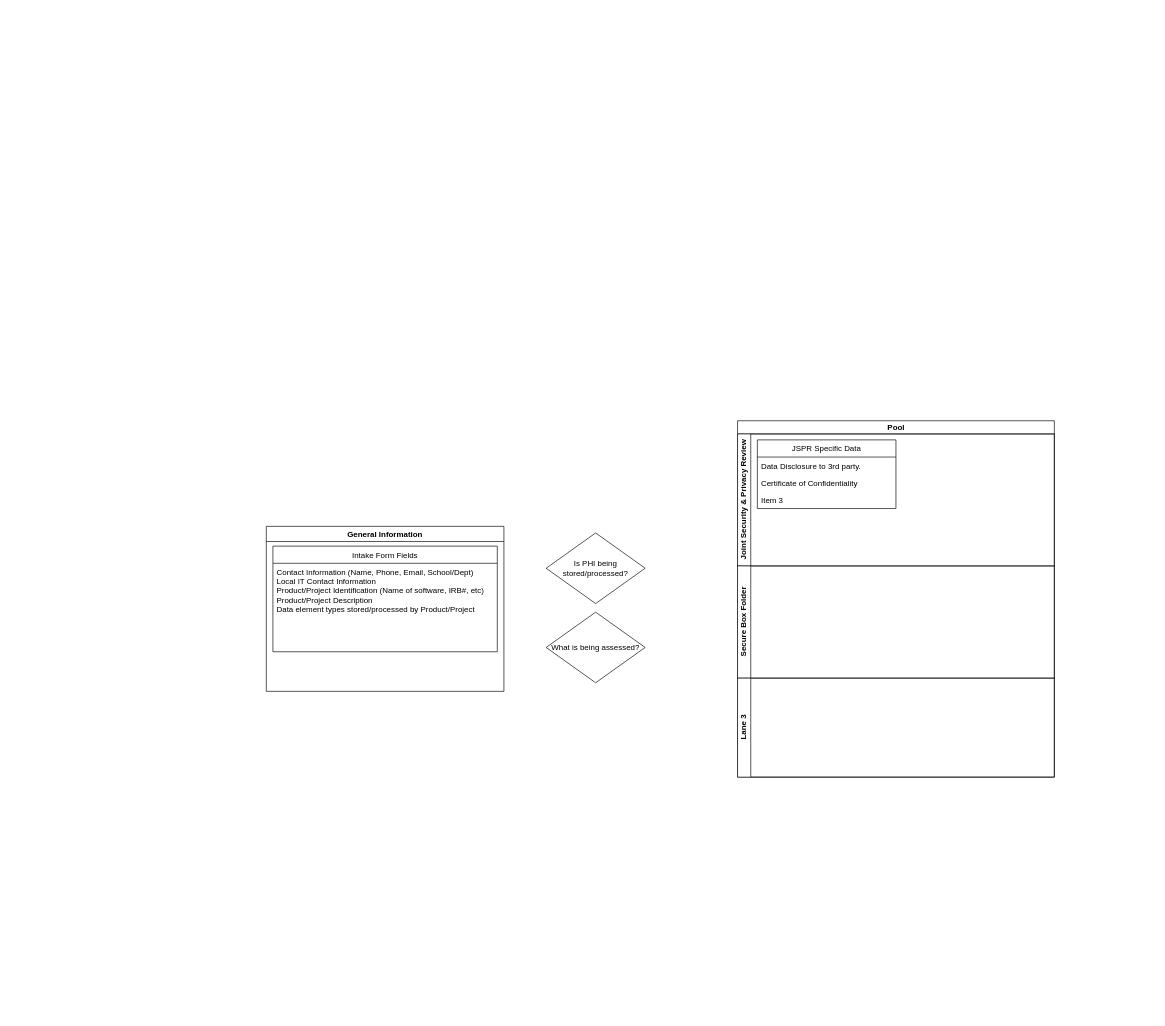
The draw.io diagram Untitled Diagram.drawio in dssntnt/uw, before the edit. Source tidied: cells renumbered, new cells numbered last; positions are measured from the earlier drawing's top-left corner, leaving out a move shared by most shapes. Both pictures are drawn from the tidied source at 66%, with x=0, y=0 at pixel (266, 420).
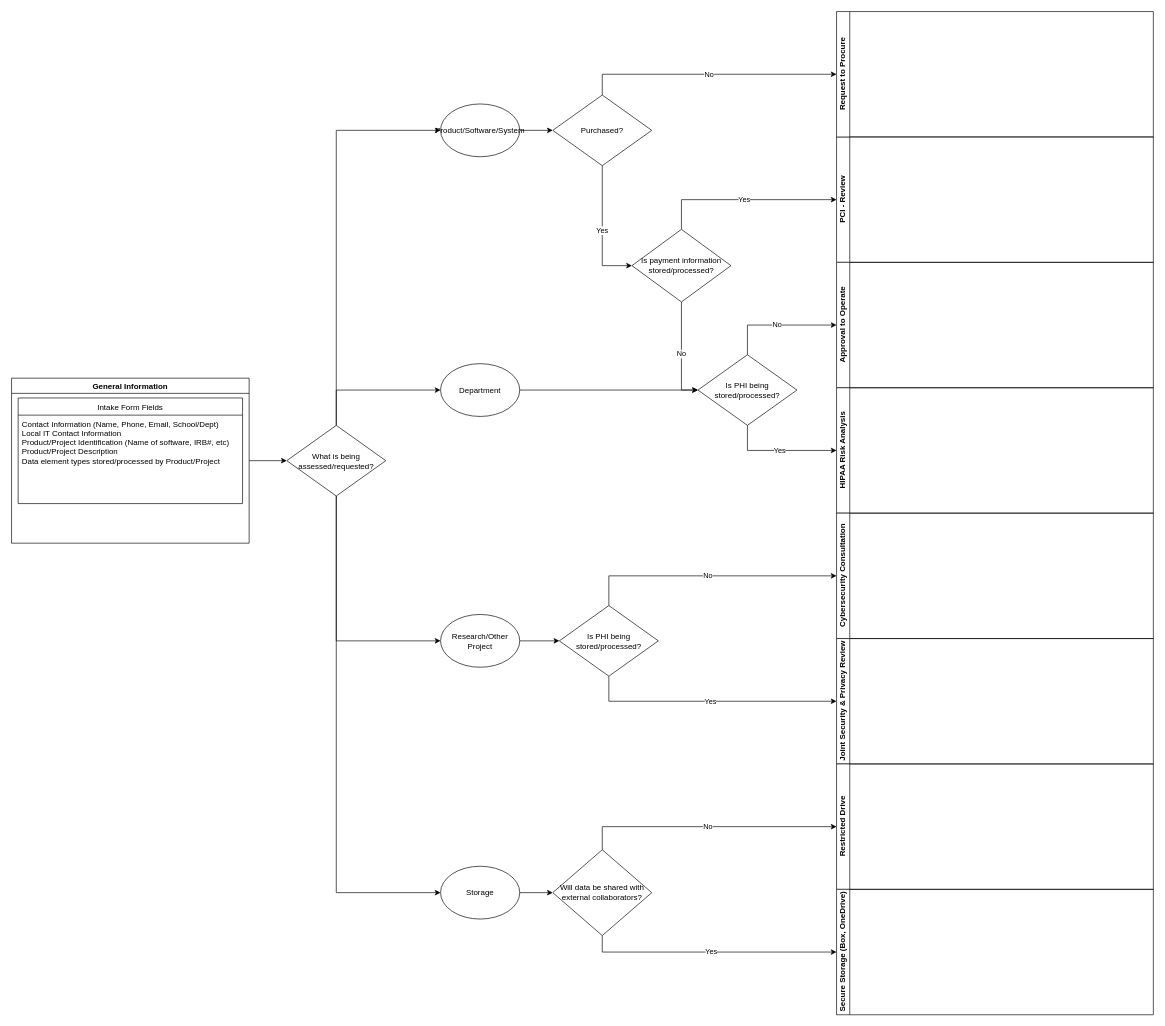
The same diagram, later.

Unchanged cells that the change refers to:
```xml
<mxCell id="3" value="Intake Form Fields" style="swimlane;fontStyle=0;horizontal=1;startSize=26;fillColor=none;" parent="2" vertex="1">
  <mxGeometry x="10" y="30" width="340" height="160" as="geometry" />
</mxCell>
```

What changed in the source:
```diff
@@
+    <mxCell id="15" style="edgeStyle=orthogonalEdgeStyle;rounded=0;jettySize=auto;html=1;entryX=0;entryY=0.5;entryDx=0;entryDy=0;" parent="1" edge="1" source="2" target="14">
+      <mxGeometry relative="1" as="geometry" />
+    </mxCell>
     <mxCell id="2" value="General Information" style="swimlane;" parent="1" vertex="1">
-      <mxGeometry y="160" width="360" height="250" as="geometry" />
+      <mxGeometry x="-386" y="-64.5" width="360" height="250" as="geometry" />
     </mxCell>
@@
-    <mxCell id="4" value="Contact Information (Name, Phone, Email, School/Dept)&#10;Local IT Contact Information&#10;Product/Project Identification (Name of software, IRB#, etc)&#10;Product/Project Description&#10;Data element types stored/processed by Product/Project&#10;&#10;" style="text;strokeColor=none;fillColor=none;align=left;verticalAlign=top;spacingLeft=4;spacingRight=4;overflow=hidden;" parent="3" vertex="1">
+    <mxCell id="4" value="Contact Information (Name, Phone, Email, School/Dept)&#10;Local IT Contact Information&#10;Product/Project Identification (Name of software, IRB#, etc)&#10;Product/Project Description&#10;Data element types stored/processed by Product/Project&#10;&#10;&#10;&#10;" style="text;strokeColor=none;fillColor=none;align=left;verticalAlign=top;spacingLeft=4;spacingRight=4;overflow=hidden;" parent="3" vertex="1">
       <mxGeometry y="26" width="340" height="134" as="geometry" />
     </mxCell>
-    <mxCell id="5" value="Pool" style="swimlane;html=1;horizontal=1;startSize=20;" parent="1" vertex="1">
-      <mxGeometry x="714" width="480" height="540" as="geometry" />
-    </mxCell>
+    <mxCell id="16" value="No" style="edgeStyle=orthogonalEdgeStyle;rounded=0;jettySize=auto;html=1;exitX=0.5;exitY=0;exitDx=0;exitDy=0;entryX=0;entryY=0.5;entryDx=0;entryDy=0;" parent="1" edge="1" source="13" target="36">
+      <mxGeometry relative="1" as="geometry" />
+    </mxCell>
+    <mxCell id="17" value="Yes" style="edgeStyle=orthogonalEdgeStyle;rounded=0;jettySize=auto;html=1;exitX=0.5;exitY=1;exitDx=0;exitDy=0;entryX=0;entryY=0.5;entryDx=0;entryDy=0;" parent="1" edge="1" source="13" target="37">
+      <mxGeometry relative="1" as="geometry" />
+    </mxCell>
+    <mxCell id="13" value="Is PHI being stored/processed?" style="rhombus;whiteSpace=wrap;html=1;" parent="1" vertex="1">
+      <mxGeometry x="654" y="-100" width="150" height="107" as="geometry" />
+    </mxCell>
+    <mxCell id="18" style="edgeStyle=orthogonalEdgeStyle;rounded=0;jettySize=auto;html=1;exitX=0.5;exitY=0;exitDx=0;exitDy=0;entryX=0;entryY=0.5;entryDx=0;entryDy=0;" parent="1" edge="1" source="14" target="23">
+      <mxGeometry relative="1" as="geometry" />
+    </mxCell>
+    <mxCell id="19" style="edgeStyle=orthogonalEdgeStyle;rounded=0;jettySize=auto;html=1;exitX=0.5;exitY=0;exitDx=0;exitDy=0;entryX=0;entryY=0.5;entryDx=0;entryDy=0;" parent="1" edge="1" source="14" target="25">
+      <mxGeometry relative="1" as="geometry" />
+    </mxCell>
+    <mxCell id="20" style="edgeStyle=orthogonalEdgeStyle;rounded=0;jettySize=auto;html=1;exitX=0.5;exitY=1;exitDx=0;exitDy=0;entryX=0;entryY=0.5;entryDx=0;entryDy=0;" parent="1" edge="1" source="14" target="27">
+      <mxGeometry relative="1" as="geometry" />
+    </mxCell>
+    <mxCell id="21" style="edgeStyle=orthogonalEdgeStyle;rounded=0;jettySize=auto;html=1;exitX=0.5;exitY=1;exitDx=0;exitDy=0;entryX=0;entryY=0.5;entryDx=0;entryDy=0;" parent="1" edge="1" source="14" target="48">
+      <mxGeometry relative="1" as="geometry" />
+    </mxCell>
+    <mxCell id="14" value="What is being assessed/requested?" style="rhombus;whiteSpace=wrap;html=1;" parent="1" vertex="1">
+      <mxGeometry x="31" y="7" width="150" height="107" as="geometry" />
+    </mxCell>
+    <mxCell id="22" style="edgeStyle=orthogonalEdgeStyle;rounded=0;jettySize=auto;html=1;" parent="1" edge="1" source="23" target="34">
+      <mxGeometry relative="1" as="geometry" />
+    </mxCell>
+    <mxCell id="23" value="Product/Software/System" style="ellipse;whiteSpace=wrap;html=1;" parent="1" vertex="1">
+      <mxGeometry x="264" y="-480" width="120" height="80" as="geometry" />
+    </mxCell>
+    <mxCell id="24" style="edgeStyle=orthogonalEdgeStyle;rounded=0;jettySize=auto;html=1;exitX=1;exitY=0.5;exitDx=0;exitDy=0;entryX=0;entryY=0.5;entryDx=0;entryDy=0;" parent="1" edge="1" source="25" target="13">
+      <mxGeometry relative="1" as="geometry" />
+    </mxCell>
+    <mxCell id="25" value="&lt;div&gt;Department&lt;/div&gt;" style="ellipse;whiteSpace=wrap;html=1;" parent="1" vertex="1">
+      <mxGeometry x="264" y="-86.5" width="120" height="80" as="geometry" />
+    </mxCell>
+    <mxCell id="26" style="edgeStyle=orthogonalEdgeStyle;rounded=0;jettySize=auto;html=1;exitX=1;exitY=0.5;exitDx=0;exitDy=0;entryX=0;entryY=0.5;entryDx=0;entryDy=0;" parent="1" edge="1" source="27" target="44">
+      <mxGeometry relative="1" as="geometry" />
+    </mxCell>
+    <mxCell id="27" value="Storage" style="ellipse;whiteSpace=wrap;html=1;" parent="1" vertex="1">
+      <mxGeometry x="264" y="675" width="120" height="80" as="geometry" />
+    </mxCell>
+    <mxCell id="28" value="Yes" style="edgeStyle=orthogonalEdgeStyle;rounded=0;jettySize=auto;html=1;exitX=0.5;exitY=0;exitDx=0;exitDy=0;entryX=0;entryY=0.5;entryDx=0;entryDy=0;" parent="1" edge="1" source="30" target="31">
+      <mxGeometry relative="1" as="geometry" />
+    </mxCell>
+    <mxCell id="29" value="&lt;div&gt;No&lt;/div&gt;" style="edgeStyle=orthogonalEdgeStyle;rounded=0;jettySize=auto;html=1;exitX=0.5;exitY=1;exitDx=0;exitDy=0;entryX=0;entryY=0.5;entryDx=0;entryDy=0;" parent="1" edge="1" source="30" target="13">
+      <mxGeometry relative="1" as="geometry" />
+    </mxCell>
+    <mxCell id="30" value="Is payment information stored/processed?" style="rhombus;whiteSpace=wrap;html=1;" parent="1" vertex="1">
+      <mxGeometry x="554" y="-290" width="150" height="110" as="geometry" />
+    </mxCell>
+    <mxCell id="31" value="PCI - Review" style="swimlane;html=1;startSize=20;horizontal=0;" parent="1" vertex="1">
+      <mxGeometry x="864" y="-430" width="480" height="190" as="geometry" />
+    </mxCell>
+    <mxCell id="32" value="&lt;div&gt;No&lt;/div&gt;" style="edgeStyle=orthogonalEdgeStyle;rounded=0;jettySize=auto;html=1;exitX=0.5;exitY=0;exitDx=0;exitDy=0;entryX=0;entryY=0.5;entryDx=0;entryDy=0;" parent="1" edge="1" source="34" target="35">
+      <mxGeometry relative="1" as="geometry" />
+    </mxCell>
+    <mxCell id="33" value="Yes" style="edgeStyle=orthogonalEdgeStyle;rounded=0;jettySize=auto;html=1;exitX=0.5;exitY=1;exitDx=0;exitDy=0;entryX=0;entryY=0.5;entryDx=0;entryDy=0;" parent="1" edge="1" source="34" target="30">
+      <mxGeometry relative="1" as="geometry" />
+    </mxCell>
+    <mxCell id="34" value="Purchased?" style="rhombus;whiteSpace=wrap;html=1;" parent="1" vertex="1">
+      <mxGeometry x="434" y="-493.5" width="150" height="107" as="geometry" />
+    </mxCell>
+    <mxCell id="35" value="Request to Procure" style="swimlane;html=1;startSize=20;horizontal=0;" parent="1" vertex="1">
+      <mxGeometry x="864" y="-620" width="480" height="190" as="geometry" />
+    </mxCell>
+    <mxCell id="36" value="Approval to Operate" style="swimlane;html=1;startSize=20;horizontal=0;" parent="1" vertex="1">
+      <mxGeometry x="864" y="-240" width="480" height="190" as="geometry" />
+    </mxCell>
+    <mxCell id="37" value="HIPAA Risk Analysis" style="swimlane;html=1;startSize=20;horizontal=0;" parent="1" vertex="1">
+      <mxGeometry x="864" y="-50" width="480" height="190" as="geometry" />
+    </mxCell>
+    <mxCell id="38" value="No" style="edgeStyle=orthogonalEdgeStyle;rounded=0;jettySize=auto;html=1;exitX=0.5;exitY=0;exitDx=0;exitDy=0;entryX=0;entryY=0.5;entryDx=0;entryDy=0;" parent="1" edge="1" source="40" target="41">
+      <mxGeometry relative="1" as="geometry" />
+    </mxCell>
+    <mxCell id="39" value="Yes" style="edgeStyle=orthogonalEdgeStyle;rounded=0;jettySize=auto;html=1;exitX=0.5;exitY=1;exitDx=0;exitDy=0;entryX=0;entryY=0.5;entryDx=0;entryDy=0;" parent="1" edge="1" source="40" target="6">
+      <mxGeometry relative="1" as="geometry" />
+    </mxCell>
+    <mxCell id="40" value="Is PHI being stored/processed?" style="rhombus;whiteSpace=wrap;html=1;" parent="1" vertex="1">
+      <mxGeometry x="444" y="280" width="150" height="107" as="geometry" />
+    </mxCell>
+    <mxCell id="41" value="&lt;div&gt;Cybersecurity Consultation&lt;/div&gt;" style="swimlane;html=1;startSize=20;horizontal=0;" parent="1" vertex="1">
+      <mxGeometry x="864" y="140" width="480" height="190" as="geometry" />
+    </mxCell>
-    <mxCell id="6" value="&lt;div&gt;Joint Security &amp;amp; Privacy Review&lt;/div&gt;" style="swimlane;html=1;startSize=20;horizontal=0;" parent="5" vertex="1">
-      <mxGeometry y="20" width="480" height="200" as="geometry" />
+    <mxCell id="6" value="Joint Security &amp;amp; Privacy Review" style="swimlane;html=1;startSize=20;horizontal=0;" parent="1" vertex="1">
+      <mxGeometry x="864" y="330" width="480" height="190" as="geometry" />
     </mxCell>
-    <mxCell id="7" value="JSPR Specific Data" style="swimlane;fontStyle=0;horizontal=1;startSize=26;fillColor=none;" parent="6" vertex="1">
-      <mxGeometry x="30" y="9" width="210" height="104" as="geometry" />
-    </mxCell>
-    <mxCell id="8" value="Data Disclosure to 3rd party.&#10;" style="text;strokeColor=none;fillColor=none;align=left;verticalAlign=top;spacingLeft=4;spacingRight=4;overflow=hidden;" parent="7" vertex="1">
-      <mxGeometry y="26" width="210" height="26" as="geometry" />
-    </mxCell>
-    <mxCell id="9" value="Certificate of Confidentiality" style="text;strokeColor=none;fillColor=none;align=left;verticalAlign=top;spacingLeft=4;spacingRight=4;overflow=hidden;" parent="7" vertex="1">
-      <mxGeometry y="52" width="210" height="26" as="geometry" />
-    </mxCell>
-    <mxCell id="10" value="Item 3" style="text;strokeColor=none;fillColor=none;align=left;verticalAlign=top;spacingLeft=4;spacingRight=4;overflow=hidden;" parent="7" vertex="1">
-      <mxGeometry y="78" width="210" height="26" as="geometry" />
-    </mxCell>
-    <mxCell id="11" value="Secure Box Folder" style="swimlane;html=1;startSize=20;horizontal=0;" parent="5" vertex="1">
-      <mxGeometry y="220" width="480" height="170" as="geometry" />
-    </mxCell>
-    <mxCell id="12" value="Lane 3" style="swimlane;html=1;startSize=20;horizontal=0;" parent="5" vertex="1">
-      <mxGeometry y="390" width="480" height="150" as="geometry" />
-    </mxCell>
-    <mxCell id="13" value="Is PHI being stored/processed?" style="rhombus;whiteSpace=wrap;html=1;" parent="1" vertex="1">
-      <mxGeometry x="424" y="170" width="150" height="107" as="geometry" />
-    </mxCell>
-    <mxCell id="14" value="What is being assessed?" style="rhombus;whiteSpace=wrap;html=1;" parent="1" vertex="1">
-      <mxGeometry x="424" y="290" width="150" height="107" as="geometry" />
-    </mxCell>
+    <mxCell id="42" value="No" style="edgeStyle=orthogonalEdgeStyle;rounded=0;jettySize=auto;html=1;exitX=0.5;exitY=0;exitDx=0;exitDy=0;entryX=0;entryY=0.5;entryDx=0;entryDy=0;" parent="1" edge="1" source="44" target="45">
+      <mxGeometry relative="1" as="geometry" />
+    </mxCell>
+    <mxCell id="43" value="Yes" style="edgeStyle=orthogonalEdgeStyle;rounded=0;jettySize=auto;html=1;exitX=0.5;exitY=1;exitDx=0;exitDy=0;entryX=0;entryY=0.5;entryDx=0;entryDy=0;" parent="1" edge="1" source="44" target="46">
+      <mxGeometry relative="1" as="geometry" />
+    </mxCell>
+    <mxCell id="44" value="Will data be shared with external collaborators?" style="rhombus;whiteSpace=wrap;html=1;" parent="1" vertex="1">
+      <mxGeometry x="434" y="650" width="150" height="130" as="geometry" />
+    </mxCell>
+    <mxCell id="45" value="Restricted Drive" style="swimlane;html=1;startSize=20;horizontal=0;" parent="1" vertex="1">
+      <mxGeometry x="864" y="520" width="480" height="190" as="geometry" />
+    </mxCell>
+    <mxCell id="46" value="Secure Storage (Box, OneDrive)" style="swimlane;html=1;startSize=20;horizontal=0;" parent="1" vertex="1">
+      <mxGeometry x="864" y="710" width="480" height="190" as="geometry" />
+    </mxCell>
+    <mxCell id="47" style="edgeStyle=orthogonalEdgeStyle;rounded=0;jettySize=auto;html=1;exitX=1;exitY=0.5;exitDx=0;exitDy=0;entryX=0;entryY=0.5;entryDx=0;entryDy=0;" parent="1" edge="1" source="48" target="40">
+      <mxGeometry relative="1" as="geometry" />
+    </mxCell>
+    <mxCell id="48" value="&lt;div&gt;Research/Other Project&lt;br&gt;&lt;/div&gt;" style="ellipse;whiteSpace=wrap;html=1;" parent="1" vertex="1">
+      <mxGeometry x="264" y="293.5" width="120" height="80" as="geometry" />
+    </mxCell>
```
